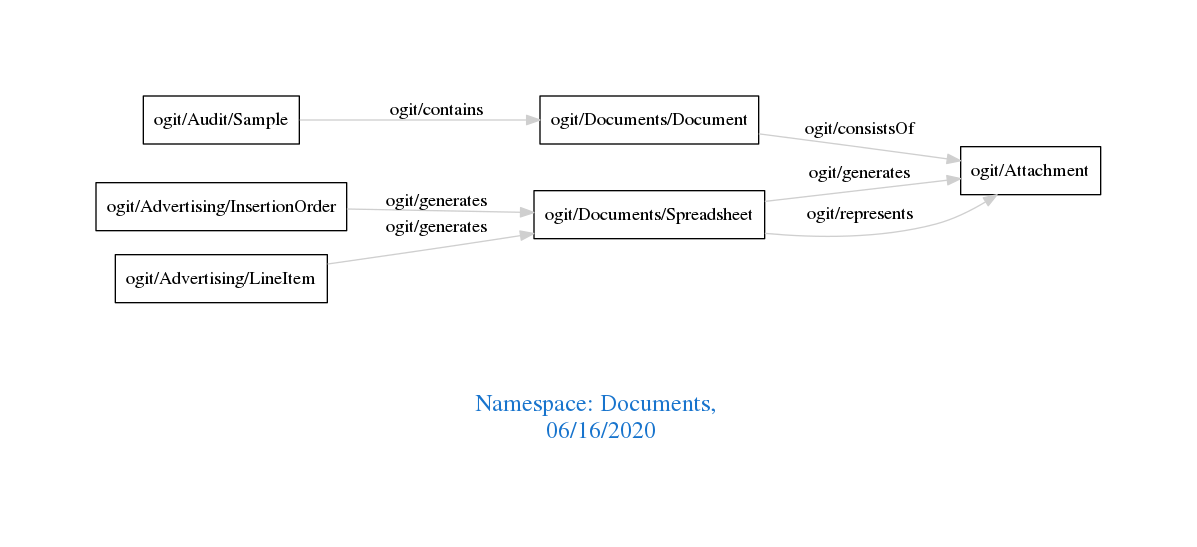
Before: downloads/Documents.png, a diagram exported from Graphviz (arago/OGIT). Its source is kept beside it as downloads/Documents.dot. The source it was exported from:
```dot
digraph OGIT_ontology {
 graph [ rankdir= LR,pad=1
fontsize = 18,
fontcolor= dodgerblue3,label = "\n\n\nNamespace: Documents, \n 06/16/2020"];
node[shape=polygon];
edge [  color="gray81"];

   "ogit/Audit/Sample" -> "ogit/Documents/Document" [label="   ogit/contains    "];
   "ogit/Advertising/InsertionOrder" -> "ogit/Documents/Spreadsheet" [label="   ogit/generates    "];
   "ogit/Advertising/LineItem" -> "ogit/Documents/Spreadsheet" [label="   ogit/generates    "];
   "ogit/Documents/Spreadsheet" -> "ogit/Attachment" [label="   ogit/generates    "];
   "ogit/Documents/Spreadsheet" -> "ogit/Attachment" [label="   ogit/represents    "];
   "ogit/Documents/Document" -> "ogit/Attachment" [label="   ogit/consistsOf    "];
}
```
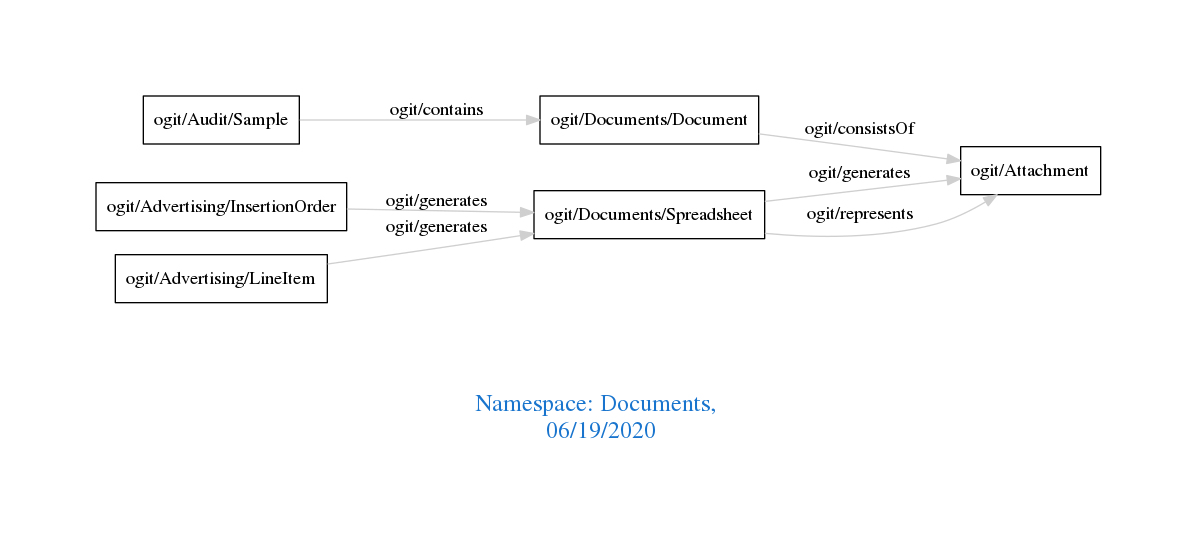
Later version of the same file.

Diff of the diagram source:
```diff
@@ -1,7 +1,7 @@
 digraph OGIT_ontology {
  graph [ rankdir= LR,pad=1
 fontsize = 18,
-fontcolor= dodgerblue3,label = "\n\n\nNamespace: Documents, \n 06/16/2020"];
+fontcolor= dodgerblue3,label = "\n\n\nNamespace: Documents, \n 06/19/2020"];
 node[shape=polygon];
 edge [  color="gray81"];
 
```
